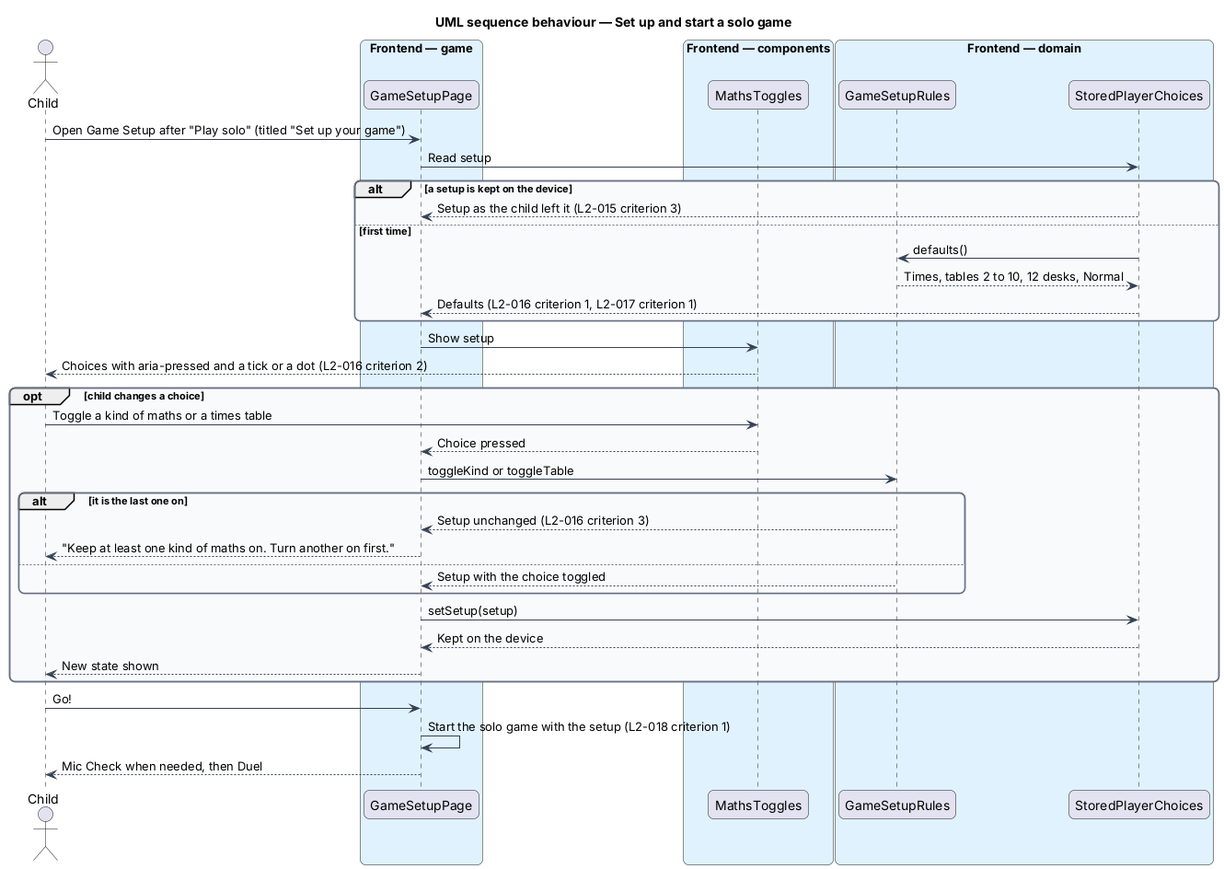
This is docs/detailed-designs/player/set-up-game/diagrams/sequence-set-up-solo-game.png from QuinntyneBrown/around-the-world, a PlantUML export, as it was before one commit. Its source is kept beside it as docs/detailed-designs/player/set-up-game/diagrams/sequence-set-up-solo-game.puml. Its diagram source:
```plantuml
@startuml
title UML sequence behaviour — Set up and start a solo game
skinparam backgroundColor #FFFFFF
skinparam shadowing false
skinparam roundcorner 12
skinparam defaultFontName Arial
skinparam ArrowColor #344054
skinparam rectangle {
  BorderColor #344054
  FontColor #101828
}
skinparam package {
  BorderColor #667085
  FontColor #101828
  BackgroundColor #F9FAFB
}
actor "Child" as actor
box "Frontend — game" #E0F2FE
  participant "GameSetupPage" as page
end box
box "Frontend — components" #E0F2FE
  participant "MathsToggles" as toggles
end box
box "Frontend — domain" #E0F2FE
  participant "GameSetupRules" as rules
  participant "StoredPlayerChoices" as choices
end box
actor -> page : Open Game Setup after "Play solo" (titled "Set up your game")
page -> choices : Read setup
alt a setup is kept on the device
  choices --> page : Setup as the child left it (L2-015 criterion 3)
else first time
  choices -> rules : defaults()
  rules --> choices : Times, tables 2 to 10, 12 desks, Normal
  choices --> page : Defaults (L2-016 criterion 1, L2-017 criterion 1)
end
page -> toggles : Show setup
toggles --> actor : Choices with aria-pressed and a tick or a dot (L2-016 criterion 2)
opt child changes a choice
  actor -> toggles : Toggle a kind of maths or a times table
  toggles --> page : Choice pressed
  page -> rules : toggleKind or toggleTable
  alt it is the last one on
    rules --> page : Setup unchanged (L2-016 criterion 3)
    page --> actor : "Keep at least one kind of maths on. Turn another on first."
  else
    rules --> page : Setup with the choice toggled
  end
  page -> choices : setSetup(setup)
  choices --> page : Kept on the device
  page --> actor : New state shown
end
actor -> page : Go!
page -> page : Start the solo game with the setup (L2-018 criterion 1)
page --> actor : Mic Check when needed, then Duel
@enduml
```
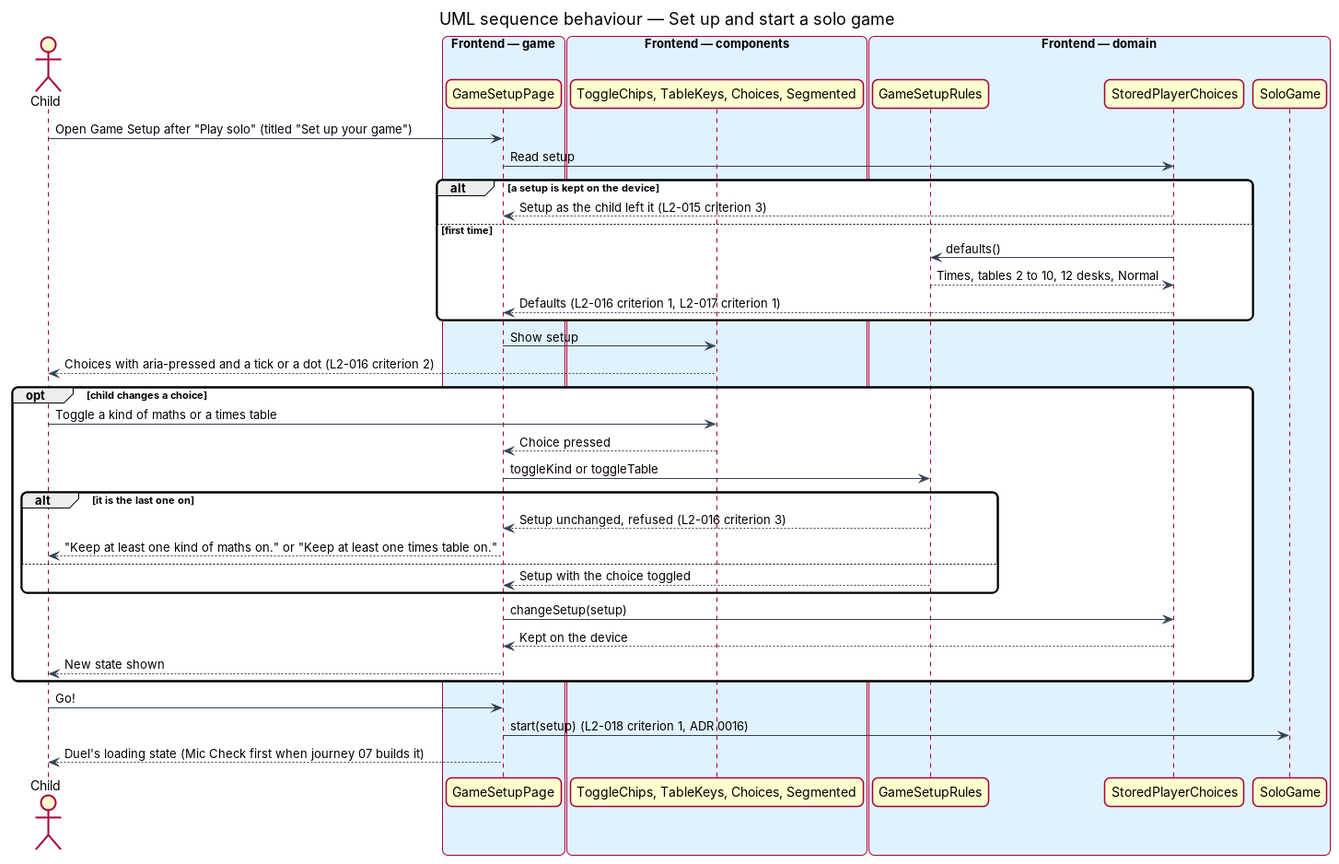
After the commit.

What changed in the source:
```diff
@@ -19,11 +19,12 @@
   participant "GameSetupPage" as page
 end box
 box "Frontend — components" #E0F2FE
-  participant "MathsToggles" as toggles
+  participant "ToggleChips, TableKeys, Choices, Segmented" as toggles
 end box
 box "Frontend — domain" #E0F2FE
   participant "GameSetupRules" as rules
   participant "StoredPlayerChoices" as choices
+  participant "SoloGame" as game
 end box
 actor -> page : Open Game Setup after "Play solo" (titled "Set up your game")
 page -> choices : Read setup
@@ -41,16 +42,16 @@
   toggles --> page : Choice pressed
   page -> rules : toggleKind or toggleTable
   alt it is the last one on
-    rules --> page : Setup unchanged (L2-016 criterion 3)
-    page --> actor : "Keep at least one kind of maths on. Turn another on first."
+    rules --> page : Setup unchanged, refused (L2-016 criterion 3)
+    page --> actor : "Keep at least one kind of maths on." or "Keep at least one times table on."
   else
     rules --> page : Setup with the choice toggled
   end
-  page -> choices : setSetup(setup)
+  page -> choices : changeSetup(setup)
   choices --> page : Kept on the device
   page --> actor : New state shown
 end
 actor -> page : Go!
-page -> page : Start the solo game with the setup (L2-018 criterion 1)
-page --> actor : Mic Check when needed, then Duel
+page -> game : start(setup) (L2-018 criterion 1, ADR 0016)
+page --> actor : Duel's loading state (Mic Check first when journey 07 builds it)
 @enduml
```
